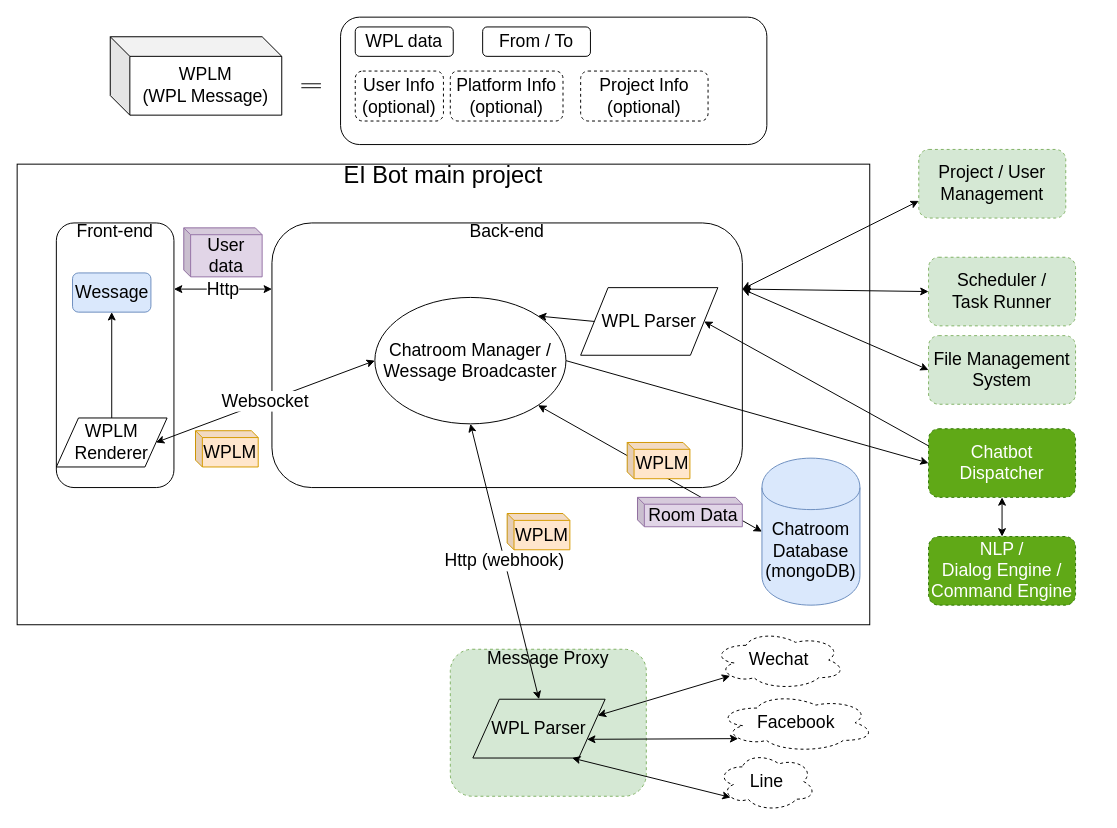
Earlier version of the draw.io diagram public/EI bot.drawio (xtforgame/az-drawio-dev). Source tidied: cells renumbered, new cells numbered last; positions are measured from the earlier drawing's top-left corner, leaving out a move shared by most shapes. Both pictures are drawn from the tidied source at 98%, with x=0, y=0 at pixel (17, 17).
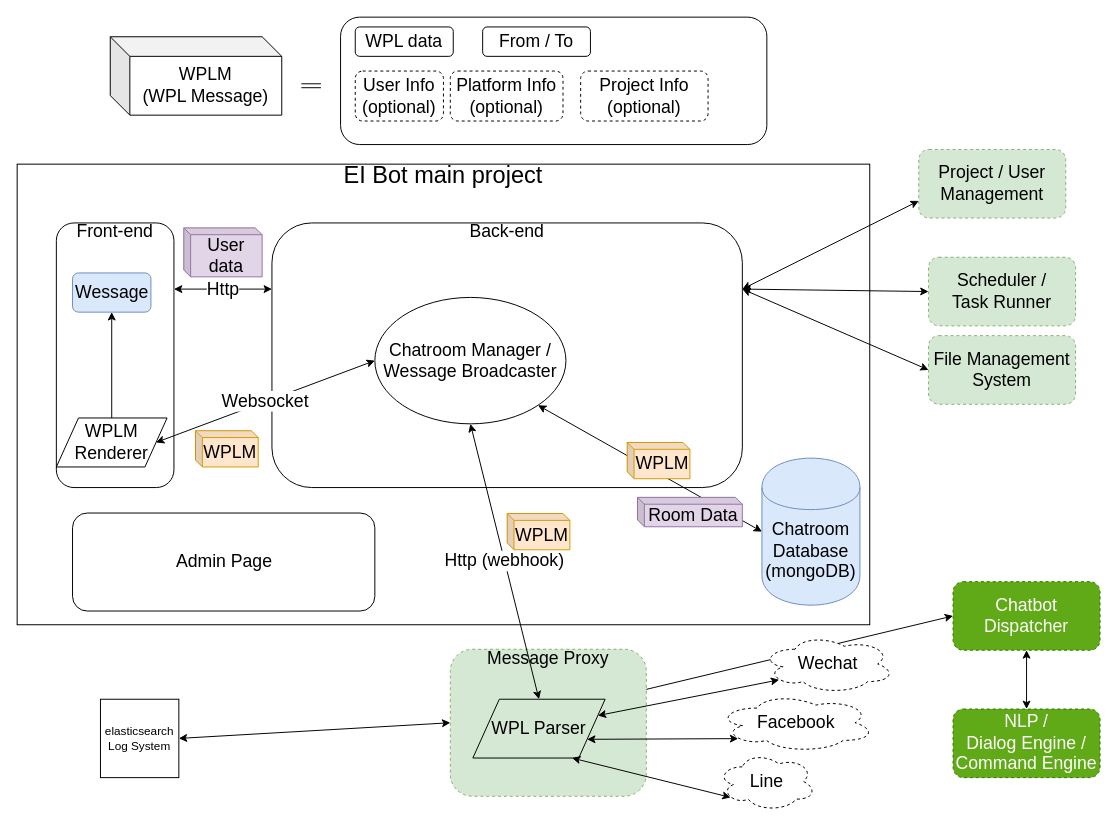
After the change.

Unchanged cells that the change refers to:
```xml
<mxCell id="19" value="Chatroom&amp;nbsp;Manager / Wessage Broadcaster" style="ellipse;whiteSpace=wrap;html=1;fillColor=none;fontSize=18;" parent="1" vertex="1">
  <mxGeometry x="365" y="286" width="195" height="129" as="geometry" />
</mxCell>
<mxCell id="22" value="Message Proxy&lt;br style=&quot;font-size: 18px&quot;&gt;&lt;br style=&quot;font-size: 18px&quot;&gt;&lt;br style=&quot;font-size: 18px&quot;&gt;&lt;br style=&quot;font-size: 18px&quot;&gt;&lt;br style=&quot;font-size: 18px&quot;&gt;&lt;br style=&quot;font-size: 18px&quot;&gt;&lt;br style=&quot;font-size: 18px&quot;&gt;" style="rounded=1;whiteSpace=wrap;html=1;fillColor=#d5e8d4;dashed=1;strokeColor=#82b366;fontSize=18;" parent="1" vertex="1">
  <mxGeometry x="442" y="645" width="200" height="150" as="geometry" />
</mxCell>
<mxCell id="45" value="WPL Parser&lt;br style=&quot;font-size: 18px;&quot;&gt;" style="shape=parallelogram;perimeter=parallelogramPerimeter;whiteSpace=wrap;html=1;fillColor=none;fontSize=18;" parent="1" vertex="1">
  <mxGeometry x="465" y="696" width="135" height="60" as="geometry" />
</mxCell>
```

The edit, as a diff of the source:
```diff
@@
     <mxCell id="12" value="Chatbot Dispatcher" style="rounded=1;whiteSpace=wrap;html=1;fillColor=#60a917;dashed=1;strokeColor=#2D7600;fontSize=18;fontColor=#ffffff;" parent="1" vertex="1">
-      <mxGeometry x="930" y="420" width="150" height="70" as="geometry" />
+      <mxGeometry x="955" y="576" width="150" height="70" as="geometry" />
     </mxCell>
-    <mxCell id="13" value="WPL Parser&lt;br style=&quot;font-size: 18px;&quot;&gt;" style="shape=parallelogram;perimeter=parallelogramPerimeter;whiteSpace=wrap;html=1;fillColor=none;fontSize=18;" parent="1" vertex="1">
-      <mxGeometry x="575" y="276" width="140" height="69" as="geometry" />
-    </mxCell>
@@
-    <mxCell id="18" style="endArrow=classic;html=1;entryX=0;entryY=0.5;entryDx=0;entryDy=0;exitX=1;exitY=0.5;exitDx=0;exitDy=0;" parent="1" edge="1" source="19" target="12">
+    <mxCell id="18" style="endArrow=classic;html=1;entryX=0;entryY=0.5;entryDx=0;entryDy=0;exitX=1;exitY=0;exitDx=0;exitDy=0;" parent="1" edge="1" source="45" target="12">
       <mxGeometry relative="1" as="geometry" />
     </mxCell>
@@
-    <mxCell id="20" style="endArrow=classic;html=1;entryX=1;entryY=0.5;entryDx=0;entryDy=0;exitX=0;exitY=0.25;exitDx=0;exitDy=0;" parent="1" edge="1" source="12" target="13">
-      <mxGeometry relative="1" as="geometry" />
-    </mxCell>
-    <mxCell id="21" style="endArrow=classic;html=1;entryX=1;entryY=0;entryDx=0;entryDy=0;exitX=0;exitY=0.5;exitDx=0;exitDy=0;" parent="1" edge="1" source="13" target="19">
-      <mxGeometry relative="1" as="geometry" />
-    </mxCell>
@@
     <mxCell id="25" value="NLP /&lt;br&gt;Dialog Engine / Command Engine" style="rounded=1;whiteSpace=wrap;html=1;fillColor=#60a917;dashed=1;strokeColor=#2D7600;fontSize=18;fontColor=#ffffff;" parent="1" vertex="1">
-      <mxGeometry x="930" y="530" width="150" height="70" as="geometry" />
+      <mxGeometry x="955" y="706" width="150" height="70" as="geometry" />
     </mxCell>
@@
     <mxCell id="37" value="Wechat" style="ellipse;shape=cloud;whiteSpace=wrap;html=1;rounded=1;dashed=1;fontSize=18;" parent="1" vertex="1">
-      <mxGeometry x="710" y="626" width="135" height="60" as="geometry" />
+      <mxGeometry x="760" y="630" width="135" height="60" as="geometry" />
     </mxCell>
@@
+    <mxCell id="48" value="&lt;span style=&quot;font-size: 18px&quot;&gt;Admin Page&lt;/span&gt;" style="rounded=1;whiteSpace=wrap;html=1;fillColor=none;" parent="1" vertex="1">
+      <mxGeometry x="56.5" y="506" width="308.5" height="100" as="geometry" />
+    </mxCell>
+    <mxCell id="49" value="elasticsearch&lt;br&gt;Log System" style="whiteSpace=wrap;html=1;" parent="1" vertex="1">
+      <mxGeometry x="85" y="696" width="80" height="80" as="geometry" />
+    </mxCell>
+    <mxCell id="50" style="endArrow=classic;startArrow=classic;html=1;entryX=0;entryY=0.5;entryDx=0;entryDy=0;exitX=1;exitY=0.5;exitDx=0;exitDy=0;" parent="1" edge="1" source="49" target="22">
+      <mxGeometry relative="1" as="geometry" />
+    </mxCell>
```
